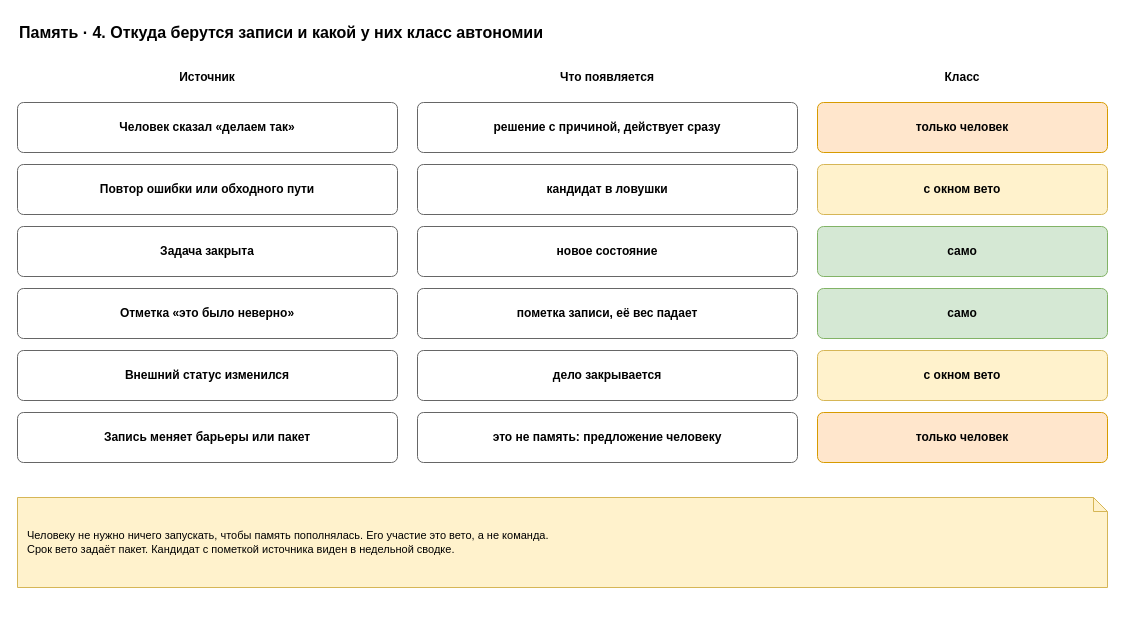
Earlier version of the draw.io diagram page "4. Откуда берутся записи" (4 of 7) of docs/spec/harness-memory.drawio (roygkov/reins). Source tidied: cells renumbered, new cells numbered last; positions are measured from the earlier drawing's top-left corner, leaving out a move shared by most shapes. Both pictures are drawn from the tidied source at 100%, with x=0, y=0 at pixel (17, 17).
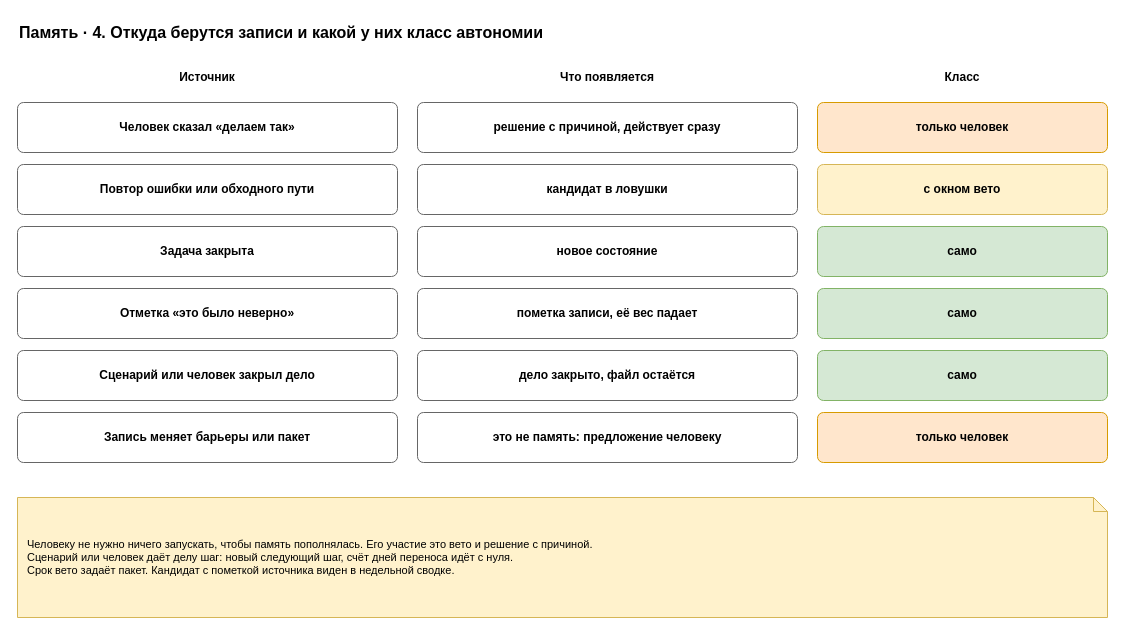
The same page after the edit.

The edit, as a diff of the source:
```diff
@@
-    <mxCell id="18" value="&lt;b&gt;Внешний статус изменился&lt;/b&gt;" style="rounded=1;whiteSpace=wrap;html=1;fillColor=#ffffff;strokeColor=#666666;arcSize=12;" parent="1" vertex="1">
+    <mxCell id="18" value="&lt;b&gt;Сценарий или человек закрыл дело&lt;/b&gt;" style="rounded=1;whiteSpace=wrap;html=1;fillColor=#ffffff;strokeColor=#666666;arcSize=12;" parent="1" vertex="1">
       <mxGeometry y="333" width="380" height="50" as="geometry" />
     </mxCell>
-    <mxCell id="19" value="&lt;b&gt;дело закрывается&lt;/b&gt;" style="rounded=1;whiteSpace=wrap;html=1;fillColor=#ffffff;strokeColor=#666666;arcSize=12;fontStyle=0;" parent="1" vertex="1">
+    <mxCell id="19" value="&lt;b&gt;дело закрыто, файл остаётся&lt;/b&gt;" style="rounded=1;whiteSpace=wrap;html=1;fillColor=#ffffff;strokeColor=#666666;arcSize=12;fontStyle=0;" parent="1" vertex="1">
       <mxGeometry x="400" y="333" width="380" height="50" as="geometry" />
     </mxCell>
-    <mxCell id="20" value="&lt;b&gt;с окном вето&lt;/b&gt;" style="rounded=1;whiteSpace=wrap;html=1;fillColor=#fff2cc;strokeColor=#d6b656;arcSize=12;fontStyle=0;" parent="1" vertex="1">
+    <mxCell id="20" value="&lt;b&gt;само&lt;/b&gt;" style="rounded=1;whiteSpace=wrap;html=1;fillColor=#d5e8d4;strokeColor=#82b366;arcSize=12;fontStyle=0;" parent="1" vertex="1">
       <mxGeometry x="800" y="333" width="290" height="50" as="geometry" />
     </mxCell>
@@
-    <mxCell id="24" value="Человеку не нужно ничего запускать, чтобы память пополнялась. Его участие это вето, а не команда.&lt;br&gt;Срок вето задаёт пакет. Кандидат с пометкой источника виден в недельной сводке." style="shape=note;whiteSpace=wrap;html=1;backgroundOutline=1;size=14;fillColor=#fff2cc;strokeColor=#d6b656;align=left;spacingLeft=8;spacingRight=8;fontSize=11;" parent="1" vertex="1">
-      <mxGeometry y="480" width="1090" height="90" as="geometry" />
+    <mxCell id="24" value="Человеку не нужно ничего запускать, чтобы память пополнялась. Его участие это вето и решение с причиной.&lt;br&gt;Сценарий или человек даёт делу шаг: новый следующий шаг, счёт дней переноса идёт с нуля.&lt;br&gt;Срок вето задаёт пакет. Кандидат с пометкой источника виден в недельной сводке." style="shape=note;whiteSpace=wrap;html=1;backgroundOutline=1;size=14;fillColor=#fff2cc;strokeColor=#d6b656;align=left;spacingLeft=8;spacingRight=8;fontSize=11;" parent="1" vertex="1">
+      <mxGeometry y="480" width="1090" height="120" as="geometry" />
     </mxCell>
```
